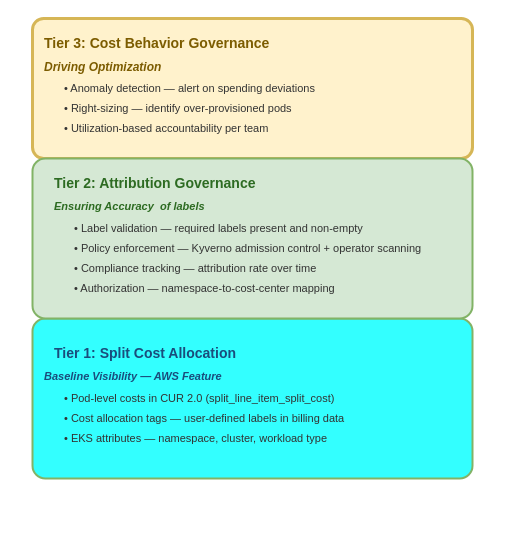
This is diagrams/three-tier-cost-governance-model.drawio from aws-samples/sample-eks-cost-observability-governance, a draw.io file, before an edit. Source tidied: cells renumbered, new cells numbered last; positions are measured from the earlier drawing's top-left corner, leaving out a move shared by most shapes. Both pictures are drawn from the tidied source at 100%, with x=0, y=0 at pixel (32, 18).
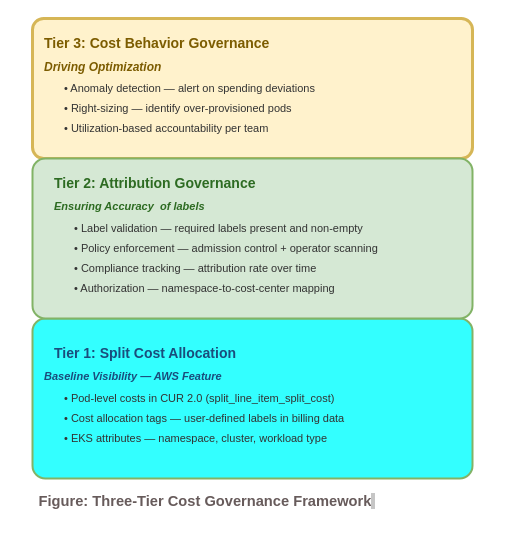
The same page after the edit.

Commit message (it also covers changes not shown here):
Update arch diagrams

Diff of the diagram source:
```diff
@@
-    <mxCell id="6" value="• Policy enforcement — Kyverno admission control + operator scanning" style="text;html=1;align=left;verticalAlign=middle;whiteSpace=wrap;rounded=0;fontSize=11;fontColor=#333333;" parent="1" vertex="1">
+    <mxCell id="6" value="• Policy enforcement — admission control + operator scanning" style="text;html=1;align=left;verticalAlign=middle;whiteSpace=wrap;rounded=0;fontSize=11;fontColor=#333333;" parent="1" vertex="1">
       <mxGeometry x="40" y="220" width="420" height="20" as="geometry" />
     </mxCell>
@@
+    <mxCell id="25" value="&lt;b style=&quot;color: light-dark(rgb(103, 91, 91), rgb(237, 237, 237));&quot;&gt;&lt;span lang=&quot;EN-US&quot; class=&quot;TextRun SCXW23563545 BCX0&quot; style=&quot;-webkit-user-drag: none; -webkit-tap-highlight-color: transparent; margin: 0px; padding: 0px; user-select: text; text-align: left; background-color: rgb(255, 255, 255); font-size: 11pt; line-height: 19.55px; font-family: Arial, Arial_EmbeddedFont, Arial_MSFontService, sans-serif; font-variant-ligatures: none !important;&quot;&gt;&lt;span class=&quot;NormalTextRun SCXW23563545 BCX0&quot; style=&quot;-webkit-user-drag: none; -webkit-tap-highlight-color: transparent; margin: 0px; padding: 0px; user-select: text;&quot;&gt;Figure: Three-Tier Cost Governance Framework&lt;/span&gt;&lt;/span&gt;&lt;span class=&quot;EOP Selected SCXW23563545 BCX0&quot; style=&quot;-webkit-user-drag: none; -webkit-tap-highlight-color: transparent; margin: 0px; padding: 0px; user-select: text; cursor: default; text-align: left; font-size: 11pt; line-height: 19.55px; font-family: Arial, Arial_EmbeddedFont, Arial_MSFontService, sans-serif; background-color: rgb(198, 198, 198); border-color: rgb(198, 198, 198);&quot;&gt;&amp;nbsp;&lt;/span&gt;&lt;/b&gt;" style="text;html=1;whiteSpace=wrap;strokeColor=none;fillColor=none;align=center;verticalAlign=middle;rounded=0;" parent="1" vertex="1">
+      <mxGeometry x="-15" y="468" width="380" height="30" as="geometry" />
+    </mxCell>
```
